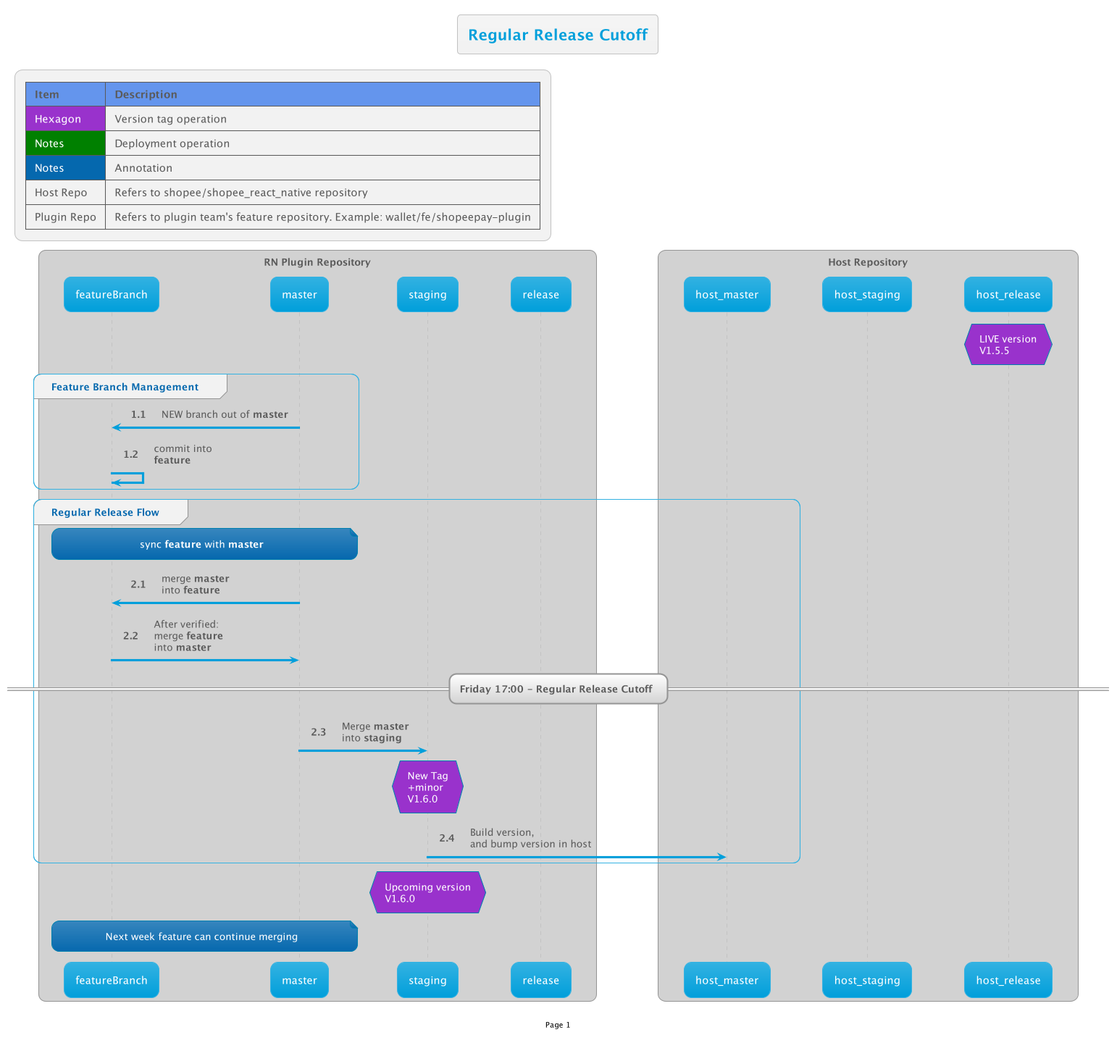
Above: out/RNReview/CodeMergeFlow/1/1.png in thetomitomo/diagrams (PlantUML), before the change.
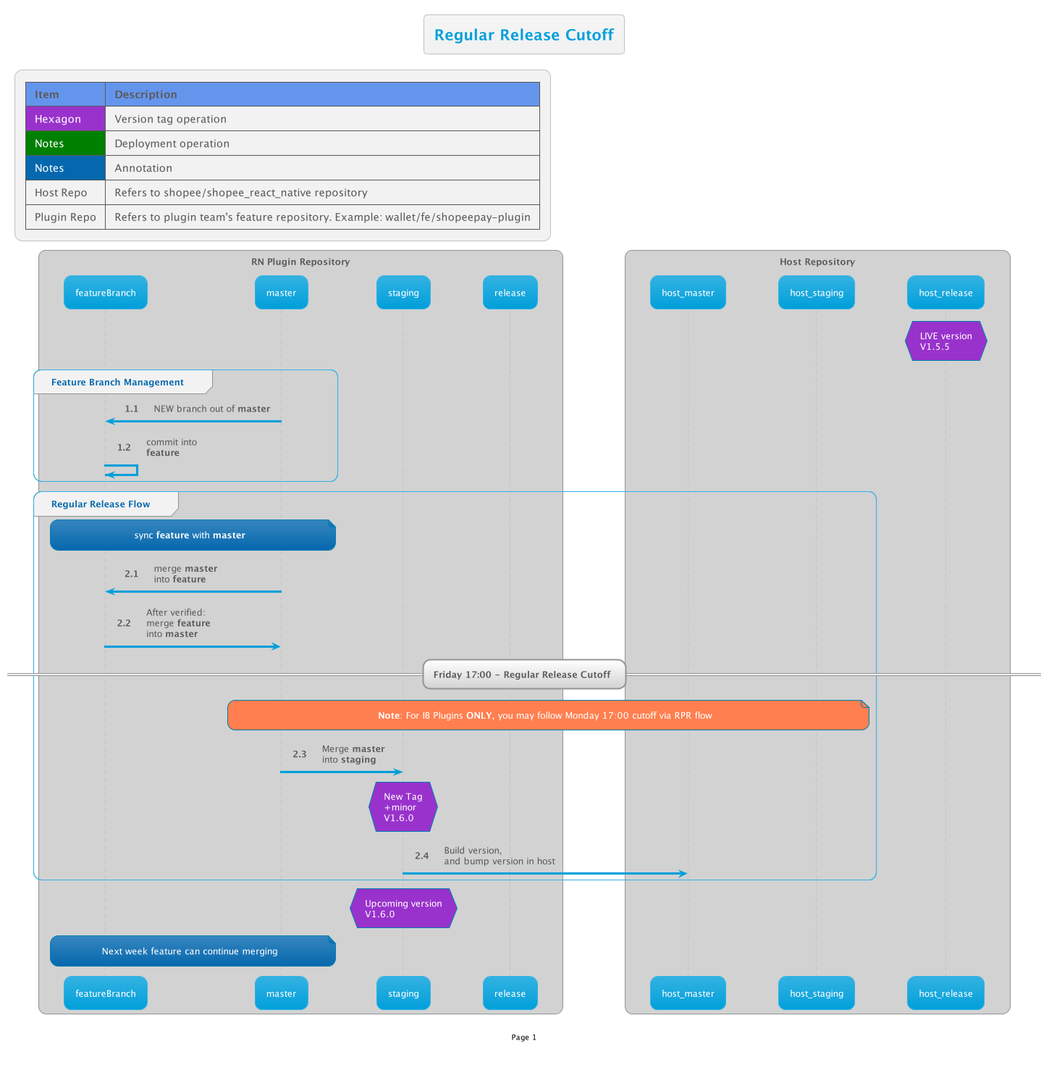
Later version of the same file.

What changed in the source:
```diff
@@ -20,6 +20,7 @@
     FB -> master: After verified:\nmerge <b>feature</b>\ninto <b>master</b>
 
     == Friday 17:00 - Regular Release Cutoff ==
+    note over master, host_staging #Coral: **Note**: For IB Plugins **ONLY**, you may follow Monday 17:00 cutoff via RPR flow
     master -> staging: Merge <b>master</b>\ninto <b>staging</b>
 
     hnote over staging #DarkOrchid:New Tag\n+minor\nV1.6.0
```
